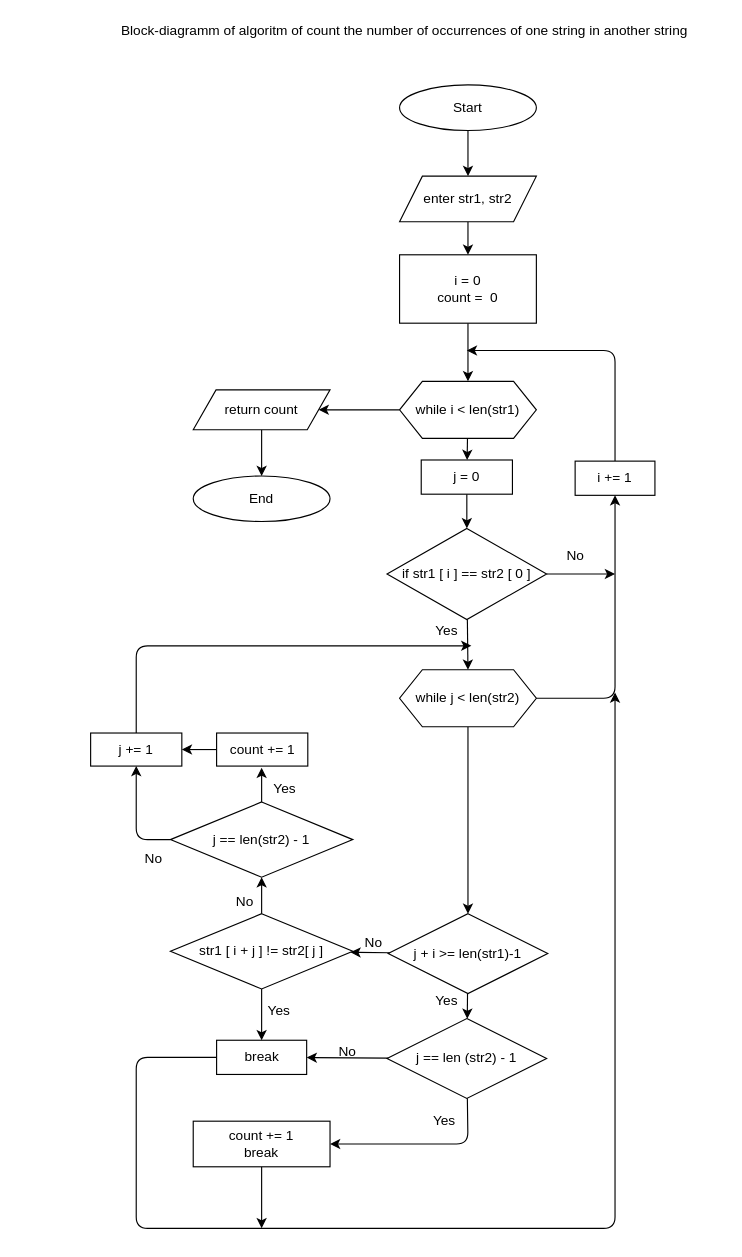
The draw.io diagram 1. workshop 1/find_str.drawio in AbubakirovRA/Python, before the edit. Source tidied: cells renumbered, new cells numbered last; positions are measured from the earlier drawing's top-left corner, leaving out a move shared by most shapes. Both pictures are drawn from the tidied source at 114%, with x=0, y=0 at pixel (90, 19).
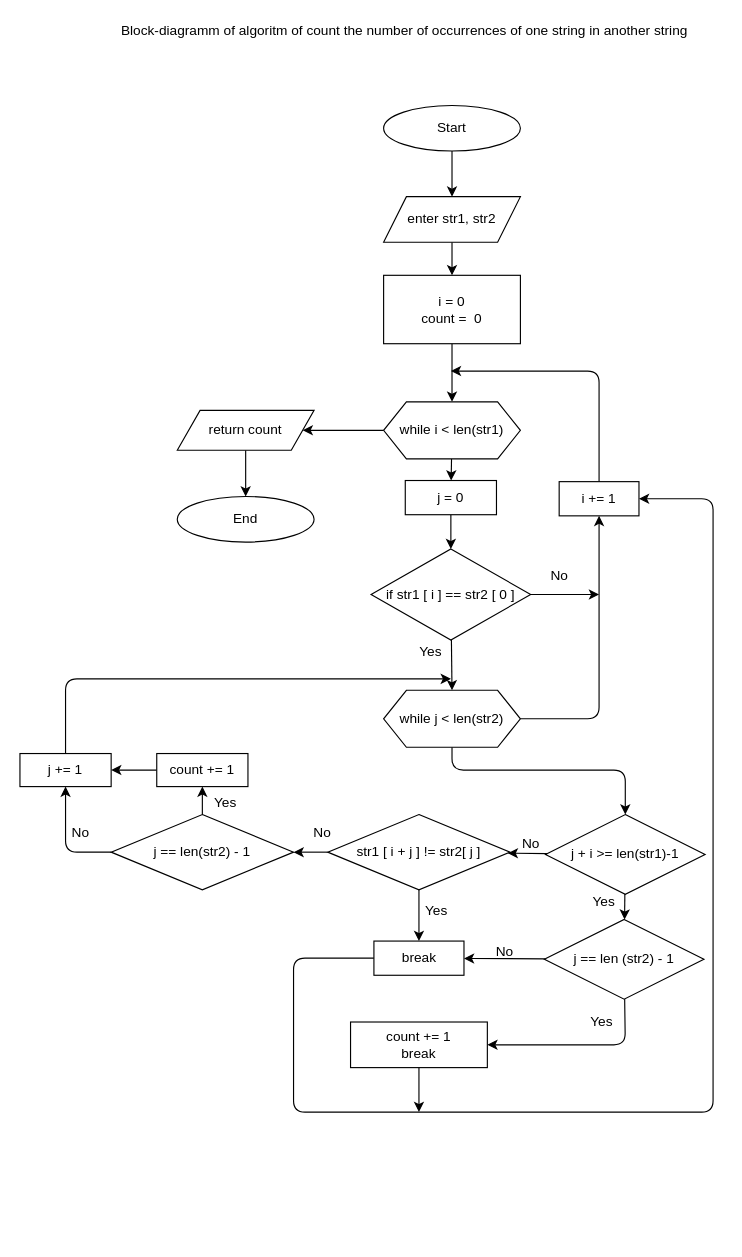
The same diagram, later.

Commit message (it also covers changes not shown here):
add find_string

What changed in the source:
```diff
@@
     <mxCell id="3" value="Start" style="ellipse;whiteSpace=wrap;html=1;" parent="1" vertex="1">
-      <mxGeometry x="271" y="57" width="120" height="40" as="geometry" />
+      <mxGeometry x="257" y="75" width="120" height="40" as="geometry" />
     </mxCell>
@@
     <mxCell id="5" value="i = 0&lt;br&gt;count =&amp;nbsp; 0" style="whiteSpace=wrap;html=1;" parent="1" vertex="1">
-      <mxGeometry x="271" y="206" width="120" height="60" as="geometry" />
+      <mxGeometry x="257" y="224" width="120" height="60" as="geometry" />
     </mxCell>
@@
     <mxCell id="8" value="while i &amp;lt; len(str1)" style="shape=hexagon;perimeter=hexagonPerimeter2;whiteSpace=wrap;html=1;fixedSize=1;" parent="1" vertex="1">
-      <mxGeometry x="271" y="317" width="120" height="50" as="geometry" />
+      <mxGeometry x="257" y="335" width="120" height="50" as="geometry" />
     </mxCell>
@@
     <mxCell id="10" value="enter str1, str2" style="shape=parallelogram;perimeter=parallelogramPerimeter;whiteSpace=wrap;html=1;fixedSize=1;" parent="1" vertex="1">
-      <mxGeometry x="271" y="137" width="120" height="40" as="geometry" />
+      <mxGeometry x="257" y="155" width="120" height="40" as="geometry" />
     </mxCell>
@@
     <mxCell id="12" value="j = 0" style="whiteSpace=wrap;html=1;" parent="1" vertex="1">
-      <mxGeometry x="290" y="386" width="80" height="30" as="geometry" />
+      <mxGeometry x="276" y="404" width="80" height="30" as="geometry" />
     </mxCell>
-    <mxCell id="13" style="edgeStyle=none;html=1;" parent="1" edge="1" source="15" target="25">
-      <mxGeometry relative="1" as="geometry" />
+    <mxCell id="13" style="edgeStyle=none;html=1;entryX=0.5;entryY=0;entryDx=0;entryDy=0;" parent="1" edge="1" source="15" target="25">
+      <mxGeometry relative="1" as="geometry">
+        <Array as="points">
+          <mxPoint x="317" y="658" />
+          <mxPoint x="469" y="658" />
+        </Array>
+      </mxGeometry>
     </mxCell>
     <mxCell id="14" style="edgeStyle=none;html=1;" parent="1" edge="1" source="15" target="53">
       <mxGeometry relative="1" as="geometry">
         <Array as="points">
-          <mxPoint x="460" y="595" />
+          <mxPoint x="446" y="613" />
         </Array>
       </mxGeometry>
     </mxCell>
     <mxCell id="15" value="while j &amp;lt; len(str2)" style="shape=hexagon;perimeter=hexagonPerimeter2;whiteSpace=wrap;html=1;fixedSize=1;" parent="1" vertex="1">
-      <mxGeometry x="271" y="570" width="120" height="50" as="geometry" />
+      <mxGeometry x="257" y="588" width="120" height="50" as="geometry" />
     </mxCell>
@@
     <mxCell id="17" value="return count" style="shape=parallelogram;perimeter=parallelogramPerimeter;whiteSpace=wrap;html=1;fixedSize=1;" parent="1" vertex="1">
-      <mxGeometry x="90" y="324.5" width="120" height="35" as="geometry" />
+      <mxGeometry x="76" y="342.5" width="120" height="35" as="geometry" />
     </mxCell>
     <mxCell id="18" value="End" style="ellipse;whiteSpace=wrap;html=1;" parent="1" vertex="1">
-      <mxGeometry x="90" y="400" width="120" height="40" as="geometry" />
+      <mxGeometry x="76" y="418" width="120" height="40" as="geometry" />
     </mxCell>
@@
     <mxCell id="20" style="edgeStyle=none;html=1;" parent="1" edge="1" source="21">
       <mxGeometry relative="1" as="geometry">
-        <mxPoint x="460" y="486" as="targetPoint" />
+        <mxPoint x="446" y="504" as="targetPoint" />
       </mxGeometry>
     </mxCell>
     <mxCell id="21" value="if str1 [ i ] == str2 [ 0 ]" style="rhombus;whiteSpace=wrap;html=1;" parent="1" vertex="1">
-      <mxGeometry x="260" y="446" width="140" height="80" as="geometry" />
+      <mxGeometry x="246" y="464" width="140" height="80" as="geometry" />
     </mxCell>
     <mxCell id="22" value="Yes" style="text;html=1;align=center;verticalAlign=middle;points=[];strokeColor=none;fillColor=none;" parent="1" vertex="1">
-      <mxGeometry x="292" y="526" width="40" height="20" as="geometry" />
+      <mxGeometry x="278" y="544" width="40" height="20" as="geometry" />
     </mxCell>
@@
     <mxCell id="25" value="j + i &amp;gt;= len(str1)-1" style="rhombus;whiteSpace=wrap;html=1;" parent="1" vertex="1">
-      <mxGeometry x="261" y="784" width="140" height="70" as="geometry" />
+      <mxGeometry x="399" y="697" width="140" height="70" as="geometry" />
     </mxCell>
     <mxCell id="26" style="edgeStyle=none;html=1;" parent="1" edge="1" source="28" target="31">
       <mxGeometry relative="1" as="geometry">
         <Array as="points">
-          <mxPoint x="331" y="986" />
+          <mxPoint x="469" y="899" />
         </Array>
       </mxGeometry>
     </mxCell>
@@
     <mxCell id="28" value="j == len (str2) - 1" style="rhombus;whiteSpace=wrap;html=1;" parent="1" vertex="1">
-      <mxGeometry x="260" y="876" width="140" height="70" as="geometry" />
+      <mxGeometry x="398" y="789" width="140" height="70" as="geometry" />
     </mxCell>
     <mxCell id="29" value="Yes" style="text;html=1;align=center;verticalAlign=middle;strokeColor=none;fillColor=none;" parent="1" vertex="1">
-      <mxGeometry x="292" y="851" width="40" height="20" as="geometry" />
+      <mxGeometry x="430" y="764" width="40" height="20" as="geometry" />
     </mxCell>
     <mxCell id="30" style="edgeStyle=none;html=1;" parent="1" edge="1" source="31">
       <mxGeometry relative="1" as="geometry">
-        <mxPoint x="150" y="1060" as="targetPoint" />
+        <mxPoint x="288" y="958" as="targetPoint" />
       </mxGeometry>
     </mxCell>
     <mxCell id="31" value="count += 1&lt;br&gt;break" style="whiteSpace=wrap;html=1;" parent="1" vertex="1">
-      <mxGeometry x="90" y="966" width="120" height="40" as="geometry" />
+      <mxGeometry x="228" y="879" width="120" height="40" as="geometry" />
     </mxCell>
     <mxCell id="32" value="Yes" style="text;html=1;align=center;verticalAlign=middle;strokeColor=none;fillColor=none;" parent="1" vertex="1">
-      <mxGeometry x="290" y="956" width="40" height="20" as="geometry" />
+      <mxGeometry x="428" y="869" width="40" height="20" as="geometry" />
     </mxCell>
-    <mxCell id="33" style="edgeStyle=none;html=1;" parent="1" edge="1" source="34">
+    <mxCell id="33" style="edgeStyle=none;html=1;exitX=0;exitY=0.5;exitDx=0;exitDy=0;entryX=1;entryY=0.5;entryDx=0;entryDy=0;" parent="1" edge="1" source="34" target="53">
       <mxGeometry relative="1" as="geometry">
-        <mxPoint x="460" y="590" as="targetPoint" />
         <Array as="points">
-          <mxPoint x="40" y="910" />
-          <mxPoint x="40" y="1060" />
-          <mxPoint x="460" y="1060" />
+          <mxPoint x="178" y="823" />
+          <mxPoint x="178" y="958" />
+          <mxPoint x="546" y="958" />
+          <mxPoint x="546" y="420" />
         </Array>
       </mxGeometry>
     </mxCell>
     <mxCell id="34" value="break" style="whiteSpace=wrap;html=1;" parent="1" vertex="1">
-      <mxGeometry x="110.5" y="895" width="79" height="30" as="geometry" />
+      <mxGeometry x="248.5" y="808" width="79" height="30" as="geometry" />
     </mxCell>
     <mxCell id="35" value="No" style="text;html=1;align=center;verticalAlign=middle;strokeColor=none;fillColor=none;" parent="1" vertex="1">
-      <mxGeometry x="210" y="895" width="30" height="20" as="geometry" />
+      <mxGeometry x="348" y="808" width="30" height="20" as="geometry" />
     </mxCell>
-    <mxCell id="36" style="edgeStyle=none;html=1;" parent="1" edge="1" source="38">
-      <mxGeometry relative="1" as="geometry">
-        <mxPoint x="150" y="656" as="targetPoint" />
-      </mxGeometry>
-    </mxCell>
     <mxCell id="37" style="edgeStyle=none;html=1;entryX=0.5;entryY=1;entryDx=0;entryDy=0;" parent="1" edge="1" source="38" target="49">
       <mxGeometry relative="1" as="geometry">
         <Array as="points">
-          <mxPoint x="40" y="719" />
+          <mxPoint x="-22" y="730" />
         </Array>
       </mxGeometry>
     </mxCell>
+    <mxCell id="55" style="edgeStyle=none;html=1;" parent="1" edge="1" source="38" target="46">
+      <mxGeometry relative="1" as="geometry" />
+    </mxCell>
     <mxCell id="38" value="j == len(str2) - 1" style="rhombus;whiteSpace=wrap;html=1;" parent="1" vertex="1">
-      <mxGeometry x="70" y="686" width="160" height="66" as="geometry" />
+      <mxGeometry x="18" y="697" width="160" height="66" as="geometry" />
     </mxCell>
     <mxCell id="39" value="No" style="text;html=1;align=center;verticalAlign=middle;strokeColor=none;fillColor=none;" parent="1" vertex="1">
-      <mxGeometry x="233" y="800" width="30" height="20" as="geometry" />
+      <mxGeometry x="371" y="713" width="30" height="20" as="geometry" />
     </mxCell>
@@
     <mxCell id="42" value="str1 [ i + j ] != str2[ j ]" style="rhombus;whiteSpace=wrap;html=1;" parent="1" vertex="1">
-      <mxGeometry x="70" y="784" width="160" height="66" as="geometry" />
+      <mxGeometry x="208" y="697" width="160" height="66" as="geometry" />
     </mxCell>
     <mxCell id="43" value="Yes" style="text;html=1;align=center;verticalAlign=middle;strokeColor=none;fillColor=none;" parent="1" vertex="1">
-      <mxGeometry x="145" y="859" width="40" height="20" as="geometry" />
+      <mxGeometry x="283" y="772" width="40" height="20" as="geometry" />
     </mxCell>
     <mxCell id="44" value="No" style="text;html=1;align=center;verticalAlign=middle;strokeColor=none;fillColor=none;" parent="1" vertex="1">
-      <mxGeometry x="119.5" y="764" width="30" height="20" as="geometry" />
+      <mxGeometry x="188" y="703" width="30" height="20" as="geometry" />
     </mxCell>
@@
     <mxCell id="46" value="&lt;span&gt;count += 1&lt;/span&gt;" style="whiteSpace=wrap;html=1;" parent="1" vertex="1">
-      <mxGeometry x="110.5" y="625.5" width="80" height="29" as="geometry" />
+      <mxGeometry x="58" y="643.5" width="80" height="29" as="geometry" />
     </mxCell>
-    <mxCell id="47" value="Yes" style="text;html=1;align=center;verticalAlign=middle;strokeColor=none;fillColor=none;" parent="1" vertex="1">
-      <mxGeometry x="149.5" y="665" width="40" height="20" as="geometry" />
-    </mxCell>
-    <mxCell id="48" style="edgeStyle=none;html=1;entryX=1.05;entryY=1.15;entryDx=0;entryDy=0;entryPerimeter=0;" parent="1" edge="1" source="49" target="22">
+    <mxCell id="48" style="edgeStyle=none;html=1;" parent="1" edge="1" source="49">
       <mxGeometry relative="1" as="geometry">
+        <mxPoint x="316" y="578" as="targetPoint" />
         <Array as="points">
-          <mxPoint x="40" y="549" />
+          <mxPoint x="-22" y="578" />
+          <mxPoint x="178" y="578" />
         </Array>
       </mxGeometry>
     </mxCell>
     <mxCell id="49" value="&lt;span&gt;j += 1&lt;/span&gt;" style="whiteSpace=wrap;html=1;" parent="1" vertex="1">
-      <mxGeometry y="625.5" width="80" height="29" as="geometry" />
+      <mxGeometry x="-62" y="643.5" width="80" height="29" as="geometry" />
     </mxCell>
     <mxCell id="50" value="No" style="text;html=1;align=center;verticalAlign=middle;strokeColor=none;fillColor=none;" parent="1" vertex="1">
-      <mxGeometry x="40" y="726" width="30" height="20" as="geometry" />
+      <mxGeometry x="-24" y="703" width="30" height="20" as="geometry" />
     </mxCell>
@@
     <mxCell id="52" style="edgeStyle=none;html=1;" parent="1" edge="1" source="53">
       <mxGeometry relative="1" as="geometry">
-        <mxPoint x="330" y="290" as="targetPoint" />
+        <mxPoint x="316" y="308" as="targetPoint" />
         <Array as="points">
-          <mxPoint x="460" y="290" />
+          <mxPoint x="446" y="308" />
         </Array>
       </mxGeometry>
     </mxCell>
     <mxCell id="53" value="i += 1" style="whiteSpace=wrap;html=1;" parent="1" vertex="1">
-      <mxGeometry x="425" y="387" width="70" height="30" as="geometry" />
+      <mxGeometry x="411" y="405" width="70" height="30" as="geometry" />
     </mxCell>
     <mxCell id="54" value="No" style="text;html=1;align=center;verticalAlign=middle;strokeColor=none;fillColor=none;" parent="1" vertex="1">
-      <mxGeometry x="410" y="460" width="30" height="20" as="geometry" />
+      <mxGeometry x="396" y="478" width="30" height="20" as="geometry" />
     </mxCell>
+    <mxCell id="47" value="Yes" style="text;html=1;align=center;verticalAlign=middle;strokeColor=none;fillColor=none;" parent="1" vertex="1">
+      <mxGeometry x="98" y="677" width="40" height="20" as="geometry" />
+    </mxCell>
```
